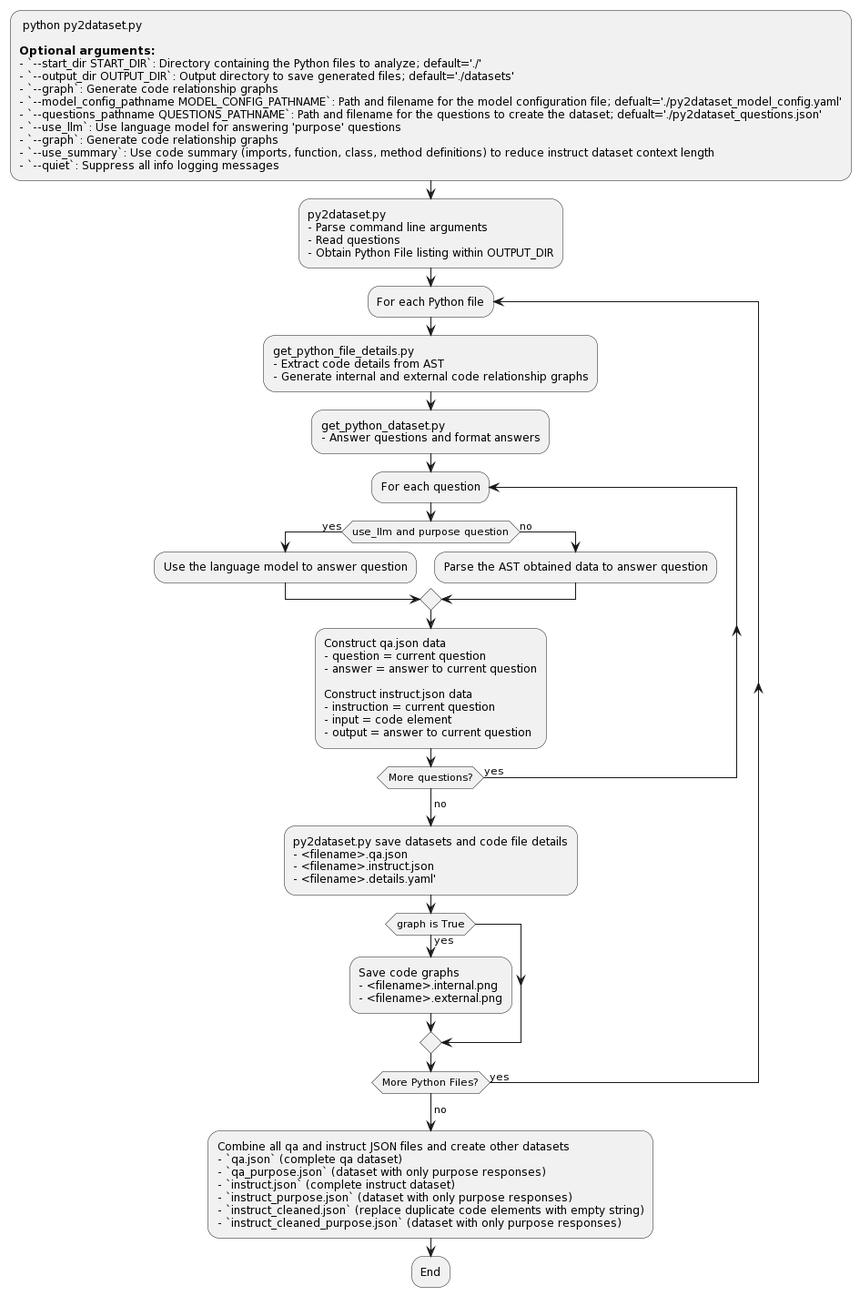
The PlantUML diagram py2dataset.png in jeffmeloy/py2dataset, before a commit.
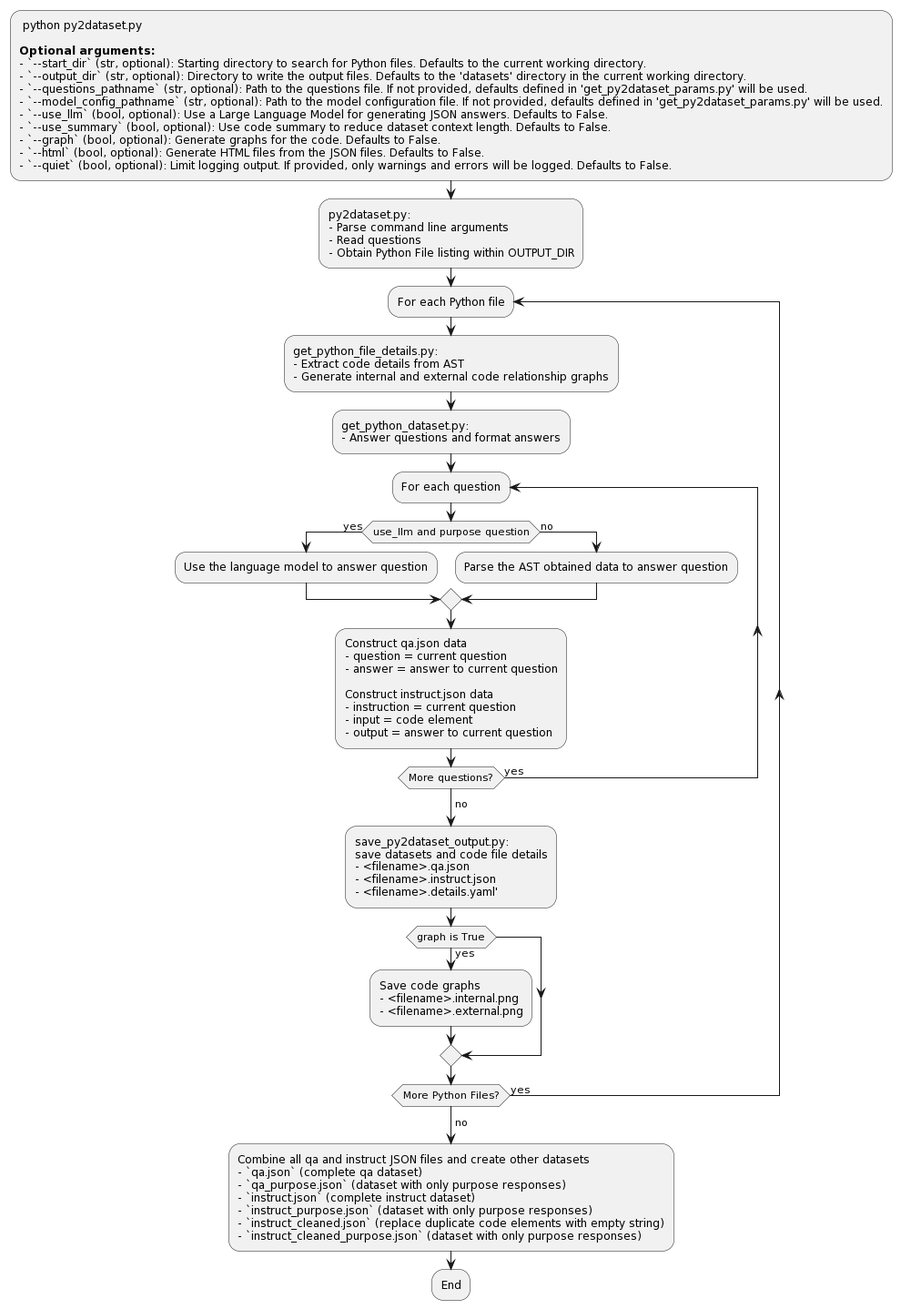
Above is the later version.

Diff of the diagram source:
```diff
@@ -2,31 +2,37 @@
 : python py2dataset.py
 
 **Optional arguments:**
-- `--start_dir START_DIR`: Directory containing the Python files to analyze; default='./'
-- `--output_dir OUTPUT_DIR`: Output directory to save generated files; default='./datasets'
-- `--graph`: Generate code relationship graphs
-- `--model_config_pathname MODEL_CONFIG_PATHNAME`: Path and filename for the model configuration file; defualt='./py2dataset_model_config.yaml'
-- `--questions_pathname QUESTIONS_PATHNAME`: Path and filename for the questions to create the dataset; defualt='./py2dataset_questions.json'
-- `--use_llm`: Use language model for answering 'purpose' questions
-- `--graph`: Generate code relationship graphs
-- `--use_summary`: Use code summary (imports, function, class, method definitions) to reduce instruct dataset context length
-- `--quiet`: Suppress all info logging messages;
-:py2dataset.py
+- `--start_dir` (str, optional): Starting directory to search for Python files. Defaults to the current working directory.
+- `--output_dir` (str, optional): Directory to write the output files. Defaults to the 'datasets' directory in the current working directory.
+- `--questions_pathname` (str, optional): Path to the questions file. If not provided, defaults defined in 'get_py2dataset_params.py' will be used.
+- `--model_config_pathname` (str, optional): Path to the model configuration file. If not provided, defaults defined in 'get_py2dataset_params.py' will be used.
+- `--use_llm` (bool, optional): Use a Large Language Model for generating JSON answers. Defaults to False.
+- `--use_summary` (bool, optional): Use code summary to reduce dataset context length. Defaults to False.
+- `--graph` (bool, optional): Generate graphs for the code. Defaults to False.
+- `--html` (bool, optional): Generate HTML files from the JSON files. Defaults to False.
+- `--quiet` (bool, optional): Limit logging output. If provided, only warnings and errors will be logged. Defaults to False.;
+
+:py2dataset.py:
 - Parse command line arguments
 - Read questions
 - Obtain Python File listing within OUTPUT_DIR;
+
 Repeat :For each Python file;
-:get_python_file_details.py
+
+:get_python_file_details.py:
 - Extract code details from AST
 - Generate internal and external code relationship graphs;
-:get_python_dataset.py
+:get_python_dataset.py:
 - Answer questions and format answers;
+
 Repeat :For each question;
+
 if (use_llm and purpose question) then (yes)
 :Use the language model to answer question;
 else (no)
 :Parse the AST obtained data to answer question;
 endif
+
 :Construct qa.json data
 - question = current question
 - answer = answer to current question
@@ -35,19 +41,25 @@
 - instruction = current question
 - input = code element
 - output = answer to current question;
+
 Repeat while (More questions?) is (yes)
 ->no;
-:py2dataset.py save datasets and code file details
+
+:save_py2dataset_output.py:
+save datasets and code file details
 - <filename>.qa.json
 - <filename>.instruct.json
 - <filename>.details.yaml';
+
 if (graph is True) then (yes)
 :Save code graphs
 - <filename>.internal.png
 - <filename>.external.png;
 endif
+
 Repeat while (More Python Files?) is (yes)
 ->no;
+
 :Combine all qa and instruct JSON files and create other datasets
 - `qa.json` (complete qa dataset)
 - `qa_purpose.json` (dataset with only purpose responses)
```
